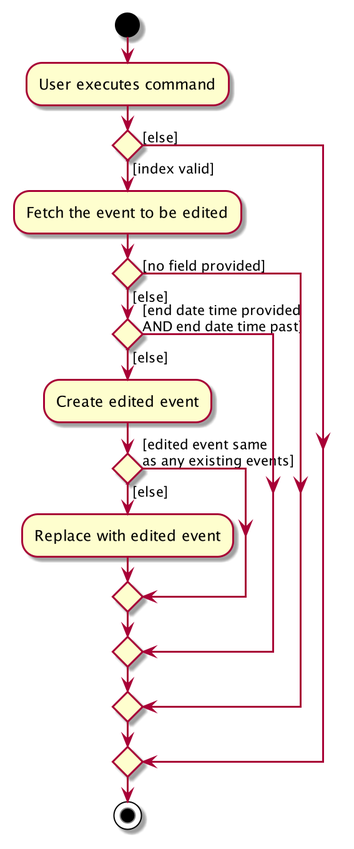
Above: docs/images/EditEventCommandActivityDiagram.png in nus-cs2103-AY2021S2/tp (PlantUML), before the change.
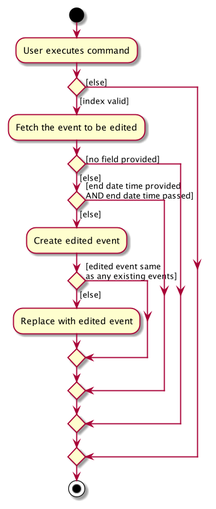
After the change.

What changed in the source:
```diff
@@ -11,7 +11,7 @@
 
     else ([else])
         if () then ([end date time provided
-AND end date time past])
+AND end date time passed])
         else ([else])
             :Create edited event;
             if () then ([edited event same
```
